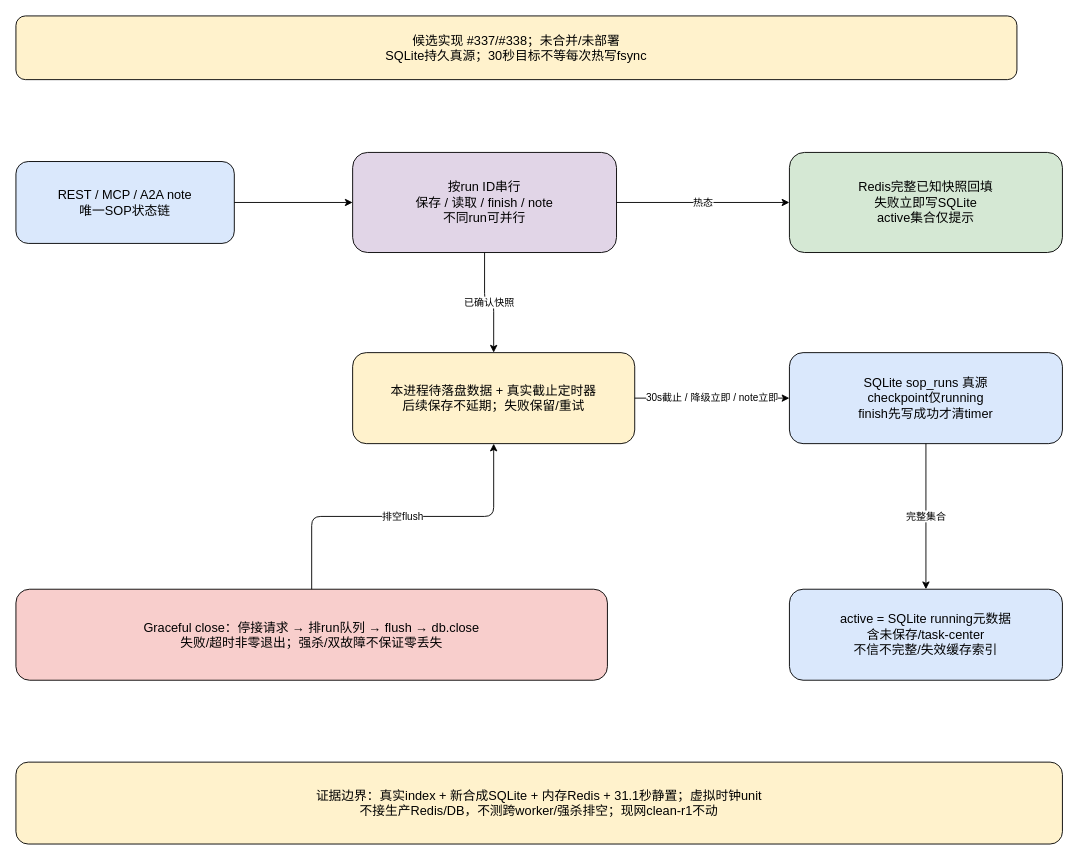
Earlier version of the draw.io diagram page "#337/#338 SOP状态候选" (3 of 3) of docs/workbench-market-arch.drawio (NelsonLongxiang/workbench-market). Source tidied: cells renumbered, new cells numbered last; positions are measured from the earlier drawing's top-left corner, leaving out a move shared by most shapes. Both pictures are drawn from the tidied source at 91%, with x=0, y=0 at pixel (15, 15).
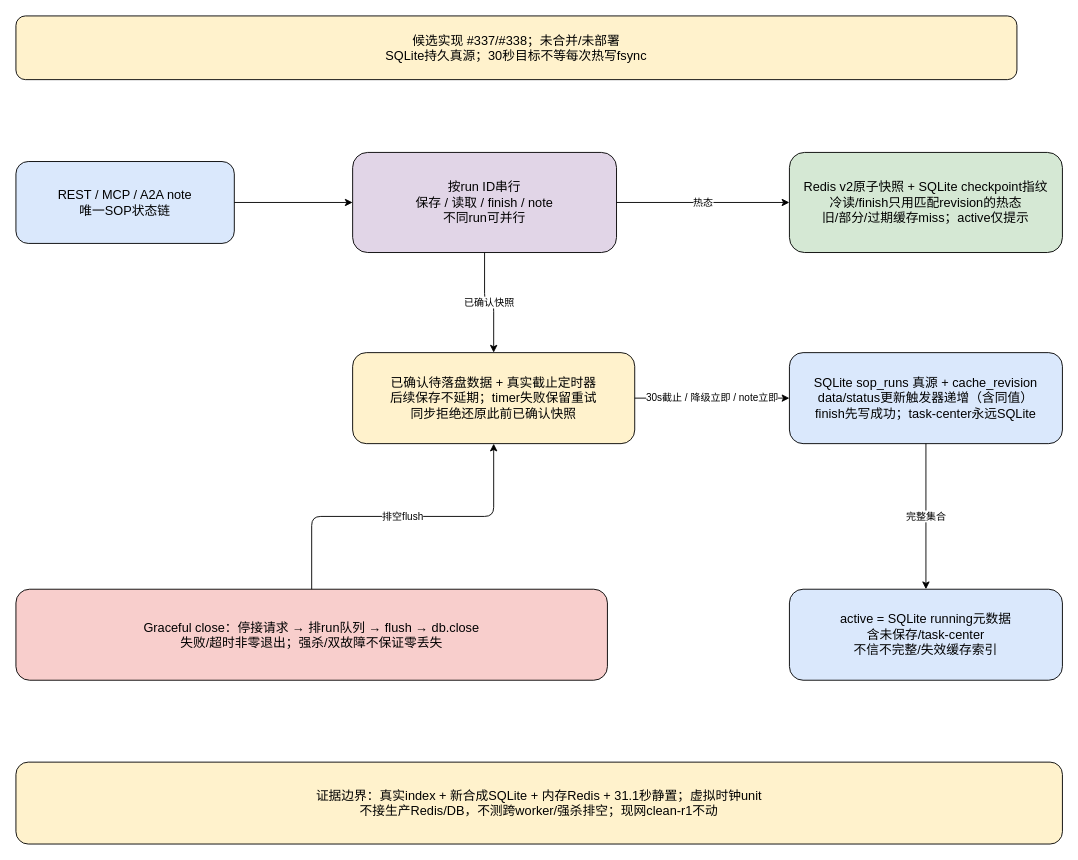
The same page after the edit.

What changed in the source:
```diff
@@
 <mxGraphModel>
   <root>
     <mxCell id="0" />
     <mxCell id="1" parent="0" />
     <mxCell id="2" value="候选实现 #337/#338；未合并/未部署&#10;SQLite持久真源；30秒目标不等每次热写fsync" style="rounded=1;whiteSpace=wrap;html=1;fillColor=#fff2cc;fontSize=14;" parent="1" vertex="1">
       <mxGeometry width="1100" height="70" as="geometry" />
     </mxCell>
     <mxCell id="3" value="REST / MCP / A2A note&#10;唯一SOP状态链" style="rounded=1;whiteSpace=wrap;html=1;fillColor=#dae8fc;fontSize=14;" parent="1" vertex="1">
       <mxGeometry y="160" width="240" height="90" as="geometry" />
     </mxCell>
     <mxCell id="4" value="按run ID串行&#10;保存 / 读取 / finish / note&#10;不同run可并行" style="rounded=1;whiteSpace=wrap;html=1;fillColor=#e1d5e7;fontSize=14;" parent="1" vertex="1">
       <mxGeometry x="370" y="150" width="290" height="110" as="geometry" />
     </mxCell>
-    <mxCell id="5" value="Redis完整已知快照回填&#10;失败立即写SQLite&#10;active集合仅提示" style="rounded=1;whiteSpace=wrap;html=1;fillColor=#d5e8d4;fontSize=14;" parent="1" vertex="1">
+    <mxCell id="5" value="Redis v2原子快照 + SQLite checkpoint指纹&#10;冷读/finish只用匹配revision的热态&#10;旧/部分/过期缓存miss；active仅提示" style="rounded=1;whiteSpace=wrap;html=1;fillColor=#d5e8d4;fontSize=14;" parent="1" vertex="1">
       <mxGeometry x="850" y="150" width="300" height="110" as="geometry" />
     </mxCell>
-    <mxCell id="6" value="本进程待落盘数据 + 真实截止定时器&#10;后续保存不延期；失败保留/重试" style="rounded=1;whiteSpace=wrap;html=1;fillColor=#fff2cc;fontSize=14;" parent="1" vertex="1">
+    <mxCell id="6" value="已确认待落盘数据 + 真实截止定时器&#10;后续保存不延期；timer失败保留重试&#10;同步拒绝还原此前已确认快照" style="rounded=1;whiteSpace=wrap;html=1;fillColor=#fff2cc;fontSize=14;" parent="1" vertex="1">
       <mxGeometry x="370" y="370" width="310" height="100" as="geometry" />
     </mxCell>
-    <mxCell id="7" value="SQLite sop_runs 真源&#10;checkpoint仅running&#10;finish先写成功才清timer" style="rounded=1;whiteSpace=wrap;html=1;fillColor=#dae8fc;fontSize=14;" parent="1" vertex="1">
+    <mxCell id="7" value="SQLite sop_runs 真源 + cache_revision&#10;data/status更新触发器递增（含同值）&#10;finish先写成功；task-center永远SQLite" style="rounded=1;whiteSpace=wrap;html=1;fillColor=#dae8fc;fontSize=14;" parent="1" vertex="1">
       <mxGeometry x="850" y="370" width="300" height="100" as="geometry" />
     </mxCell>
     <mxCell id="8" value="active = SQLite running元数据&#10;含未保存/task-center&#10;不信不完整/失效缓存索引" style="rounded=1;whiteSpace=wrap;html=1;fillColor=#dae8fc;fontSize=14;" parent="1" vertex="1">
       <mxGeometry x="850" y="630" width="300" height="100" as="geometry" />
     </mxCell>
     <mxCell id="9" value="Graceful close：停接请求 → 排run队列 → flush → db.close&#10;失败/超时非零退出；强杀/双故障不保证零丢失" style="rounded=1;whiteSpace=wrap;html=1;fillColor=#f8cecc;fontSize=14;" parent="1" vertex="1">
       <mxGeometry y="630" width="650" height="100" as="geometry" />
     </mxCell>
     <mxCell id="10" value="证据边界：真实index + 新合成SQLite + 内存Redis + 31.1秒静置；虚拟时钟unit&#10;不接生产Redis/DB，不测跨worker/强杀排空；现网clean-r1不动" style="rounded=1;whiteSpace=wrap;html=1;fillColor=#fff2cc;fontSize=14;" parent="1" vertex="1">
       <mxGeometry y="820" width="1150" height="90" as="geometry" />
     </mxCell>
     <mxCell id="11" style="edgeStyle=orthogonalEdgeStyle;html=1;" parent="1" edge="1" source="3" target="4">
       <mxGeometry relative="1" as="geometry" />
     </mxCell>
     <mxCell id="12" value="热态" style="edgeStyle=orthogonalEdgeStyle;html=1;" parent="1" edge="1" source="4" target="5">
       <mxGeometry relative="1" as="geometry" />
     </mxCell>
     <mxCell id="13" value="已确认快照" style="edgeStyle=orthogonalEdgeStyle;html=1;" parent="1" edge="1" source="4" target="6">
       <mxGeometry relative="1" as="geometry" />
     </mxCell>
     <mxCell id="14" value="30s截止 / 降级立即 / note立即" style="edgeStyle=orthogonalEdgeStyle;html=1;" parent="1" edge="1" source="6" target="7">
       <mxGeometry relative="1" as="geometry" />
     </mxCell>
     <mxCell id="15" value="完整集合" style="edgeStyle=orthogonalEdgeStyle;html=1;" parent="1" edge="1" source="7" target="8">
       <mxGeometry relative="1" as="geometry" />
     </mxCell>
     <mxCell id="16" value="排空flush" style="edgeStyle=orthogonalEdgeStyle;html=1;" parent="1" edge="1" source="9" target="6">
       <mxGeometry relative="1" as="geometry" />
     </mxCell>
   </root>
 </mxGraphModel>
```
